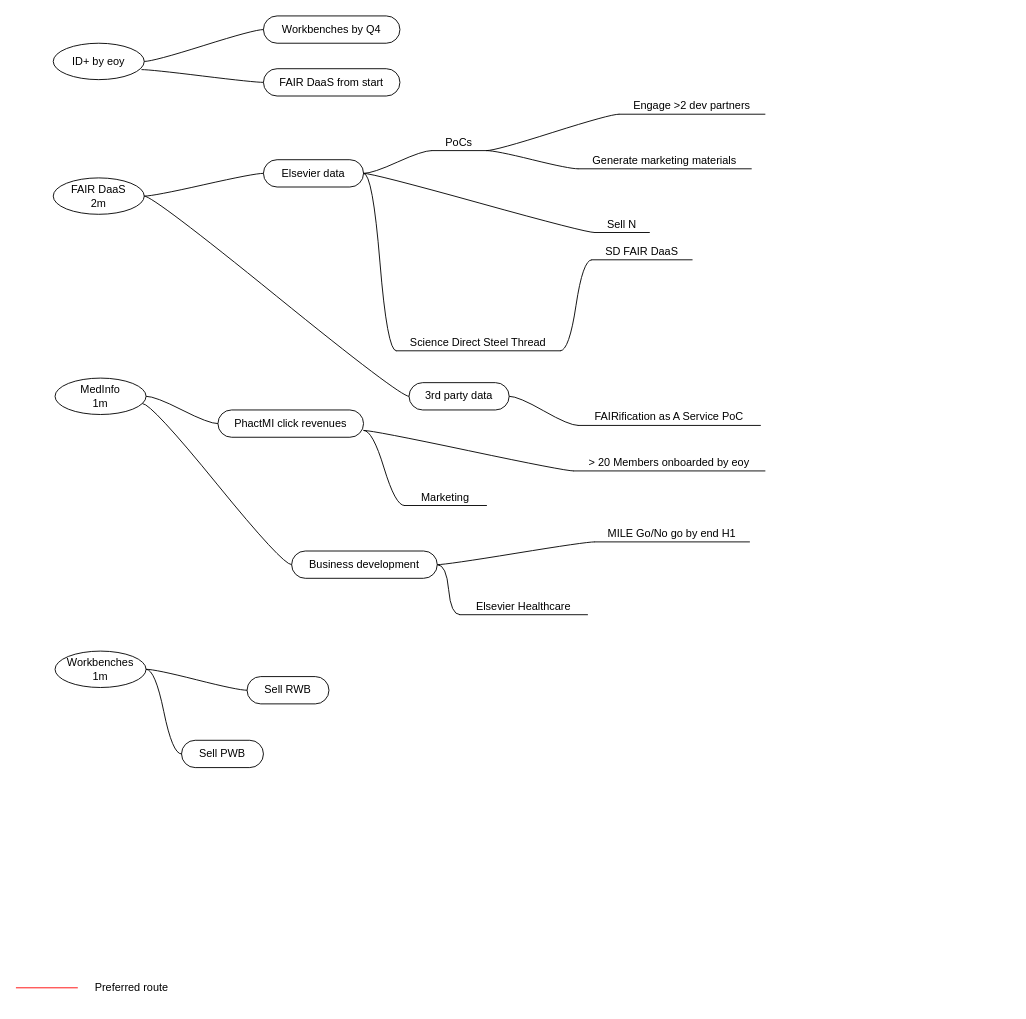
Earlier version of the draw.io diagram OKR.drawio (tim-elsevier/demos). Source tidied: cells renumbered, new cells numbered last; positions are measured from the earlier drawing's top-left corner, leaving out a move shared by most shapes. Both pictures are drawn from the tidied source at 91%, with x=0, y=0 at pixel (15, 15).
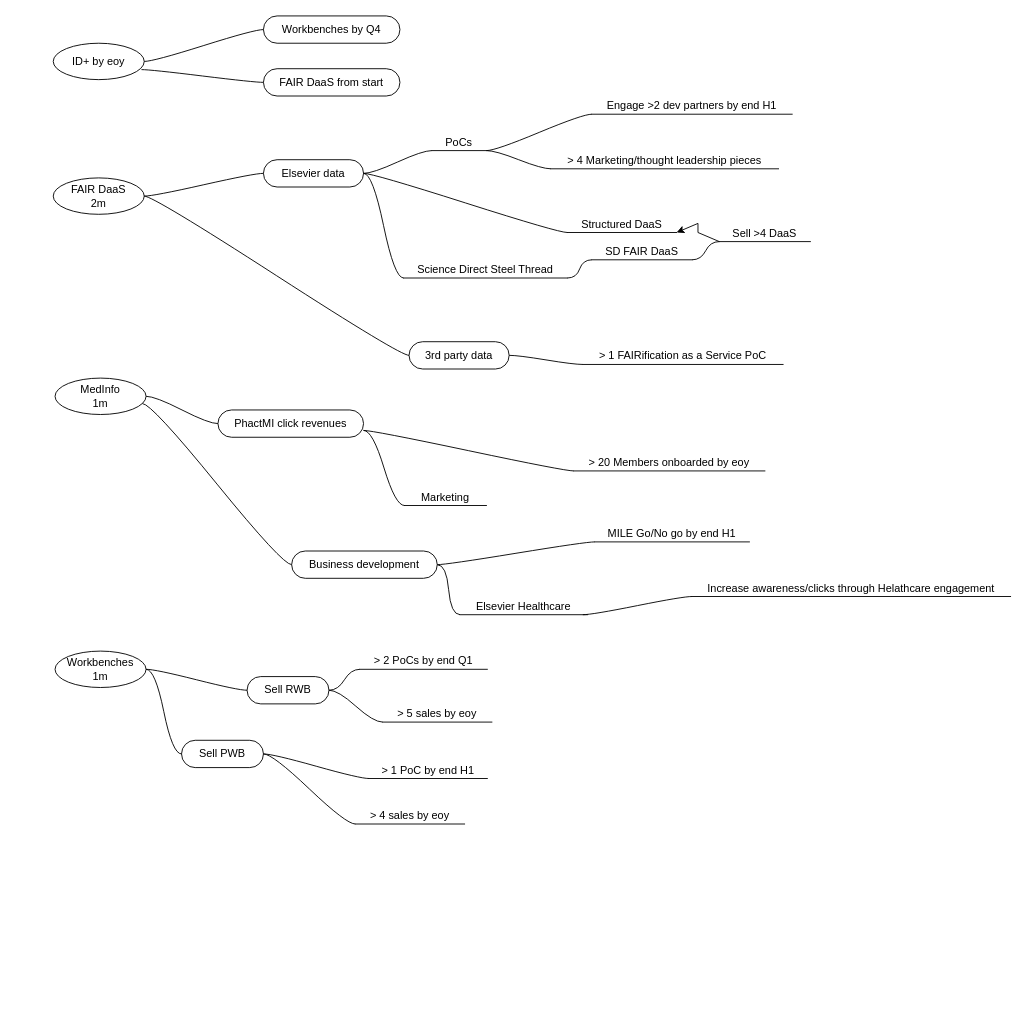
After the change.

Unchanged cells that the change refers to:
```xml
<mxCell id="37" value="Sell RWB" style="whiteSpace=wrap;html=1;rounded=1;arcSize=50;align=center;verticalAlign=middle;strokeWidth=1;spacing=4;newEdgeStyle={&quot;edgeStyle&quot;:&quot;entityRelationEdgeStyle&quot;,&quot;startArrow&quot;:&quot;none&quot;,&quot;endArrow&quot;:&quot;none&quot;,&quot;segment&quot;:10,&quot;curved&quot;:1};" parent="1" vertex="1">
  <mxGeometry x="254" y="726" width="90" height="30" as="geometry" />
</mxCell>
<mxCell id="39" value="Sell PWB" style="whiteSpace=wrap;html=1;rounded=1;arcSize=50;align=center;verticalAlign=middle;strokeWidth=1;spacing=4;newEdgeStyle={&quot;edgeStyle&quot;:&quot;entityRelationEdgeStyle&quot;,&quot;startArrow&quot;:&quot;none&quot;,&quot;endArrow&quot;:&quot;none&quot;,&quot;segment&quot;:10,&quot;curved&quot;:1};" parent="1" vertex="1">
  <mxGeometry x="182" y="796" width="90" height="30" as="geometry" />
</mxCell>
```

Diff of the diagram source:
```diff
@@
-    <mxCell id="2" style="line;strokeWidth=1;html=1;rounded=1;fontSize=12;align=center;verticalAlign=middle;strokeColor=#FF0000;endFill=1;endArrow=classic;endSize=10;startSize=10;" parent="1" vertex="1">
-      <mxGeometry y="1063" width="68" height="10" as="geometry" />
-    </mxCell>
-    <mxCell id="3" value="Preferred route" style="text;html=1;strokeColor=none;fillColor=none;align=left;verticalAlign=middle;whiteSpace=wrap;rounded=0;shadow=1;fontSize=12;" parent="1" vertex="1">
-      <mxGeometry x="85" y="1058" width="143" height="20" as="geometry" />
-    </mxCell>
@@
-    <mxCell id="17" value="Sell N" style="whiteSpace=wrap;html=1;shape=partialRectangle;top=0;left=0;bottom=1;right=0;points=[[0,1],[1,1]];fillColor=none;align=center;verticalAlign=bottom;routingCenterY=0.5;snapToPoint=1;newEdgeStyle={&quot;edgeStyle&quot;:&quot;entityRelationEdgeStyle&quot;,&quot;startArrow&quot;:&quot;none&quot;,&quot;endArrow&quot;:&quot;none&quot;,&quot;segment&quot;:10,&quot;curved&quot;:1};" parent="1" vertex="1">
-      <mxGeometry x="636" y="218" width="60" height="20" as="geometry" />
+    <mxCell id="17" value="Structured DaaS" style="whiteSpace=wrap;html=1;shape=partialRectangle;top=0;left=0;bottom=1;right=0;points=[[0,1],[1,1]];fillColor=none;align=center;verticalAlign=bottom;routingCenterY=0.5;snapToPoint=1;newEdgeStyle={&quot;edgeStyle&quot;:&quot;entityRelationEdgeStyle&quot;,&quot;startArrow&quot;:&quot;none&quot;,&quot;endArrow&quot;:&quot;none&quot;,&quot;segment&quot;:10,&quot;curved&quot;:1};" parent="1" vertex="1">
+      <mxGeometry x="606" y="218" width="120" height="20" as="geometry" />
     </mxCell>
@@
     <mxCell id="19" value="Science Direct Steel Thread" style="whiteSpace=wrap;html=1;shape=partialRectangle;top=0;left=0;bottom=1;right=0;points=[[0,1],[1,1]];fillColor=none;align=center;verticalAlign=bottom;routingCenterY=0.5;snapToPoint=1;newEdgeStyle={&quot;edgeStyle&quot;:&quot;entityRelationEdgeStyle&quot;,&quot;startArrow&quot;:&quot;none&quot;,&quot;endArrow&quot;:&quot;none&quot;,&quot;segment&quot;:10,&quot;curved&quot;:1};" parent="1" vertex="1">
-      <mxGeometry x="418" y="348" width="180" height="20" as="geometry" />
+      <mxGeometry x="426" y="268" width="180" height="20" as="geometry" />
     </mxCell>
@@
     <mxCell id="23" value="3rd party data" style="whiteSpace=wrap;html=1;rounded=1;arcSize=50;align=center;verticalAlign=middle;strokeWidth=1;spacing=4;newEdgeStyle={&quot;edgeStyle&quot;:&quot;entityRelationEdgeStyle&quot;,&quot;startArrow&quot;:&quot;none&quot;,&quot;endArrow&quot;:&quot;none&quot;,&quot;segment&quot;:10,&quot;curved&quot;:1};" parent="1" vertex="1">
-      <mxGeometry x="432" y="403" width="110" height="30" as="geometry" />
+      <mxGeometry x="432" y="358" width="110" height="30" as="geometry" />
     </mxCell>
@@
-    <mxCell id="41" value="Engage &amp;gt;2 dev partners" style="whiteSpace=wrap;html=1;shape=partialRectangle;top=0;left=0;bottom=1;right=0;points=[[0,1],[1,1]];fillColor=none;align=center;verticalAlign=bottom;routingCenterY=0.5;snapToPoint=1;newEdgeStyle={&quot;edgeStyle&quot;:&quot;entityRelationEdgeStyle&quot;,&quot;startArrow&quot;:&quot;none&quot;,&quot;endArrow&quot;:&quot;none&quot;,&quot;segment&quot;:10,&quot;curved&quot;:1};" parent="1" vertex="1">
-      <mxGeometry x="663" y="88" width="160" height="20" as="geometry" />
+    <mxCell id="41" value="Engage &amp;gt;2 dev partners by end H1" style="whiteSpace=wrap;html=1;shape=partialRectangle;top=0;left=0;bottom=1;right=0;points=[[0,1],[1,1]];fillColor=none;align=center;verticalAlign=bottom;routingCenterY=0.5;snapToPoint=1;newEdgeStyle={&quot;edgeStyle&quot;:&quot;entityRelationEdgeStyle&quot;,&quot;startArrow&quot;:&quot;none&quot;,&quot;endArrow&quot;:&quot;none&quot;,&quot;segment&quot;:10,&quot;curved&quot;:1};" parent="1" vertex="1">
+      <mxGeometry x="633" y="88" width="220" height="20" as="geometry" />
     </mxCell>
@@
-    <mxCell id="43" value="Generate marketing materials" style="whiteSpace=wrap;html=1;shape=partialRectangle;top=0;left=0;bottom=1;right=0;points=[[0,1],[1,1]];fillColor=none;align=center;verticalAlign=bottom;routingCenterY=0.5;snapToPoint=1;newEdgeStyle={&quot;edgeStyle&quot;:&quot;entityRelationEdgeStyle&quot;,&quot;startArrow&quot;:&quot;none&quot;,&quot;endArrow&quot;:&quot;none&quot;,&quot;segment&quot;:10,&quot;curved&quot;:1};" parent="1" vertex="1">
-      <mxGeometry x="618" y="148" width="190" height="20" as="geometry" />
+    <mxCell id="43" value="&amp;gt; 4 Marketing/thought leadership pieces" style="whiteSpace=wrap;html=1;shape=partialRectangle;top=0;left=0;bottom=1;right=0;points=[[0,1],[1,1]];fillColor=none;align=center;verticalAlign=bottom;routingCenterY=0.5;snapToPoint=1;newEdgeStyle={&quot;edgeStyle&quot;:&quot;entityRelationEdgeStyle&quot;,&quot;startArrow&quot;:&quot;none&quot;,&quot;endArrow&quot;:&quot;none&quot;,&quot;segment&quot;:10,&quot;curved&quot;:1};" parent="1" vertex="1">
+      <mxGeometry x="588" y="148" width="250" height="20" as="geometry" />
     </mxCell>
@@
-    <mxCell id="45" value="FAIRification as A Service PoC" style="whiteSpace=wrap;html=1;shape=partialRectangle;top=0;left=0;bottom=1;right=0;points=[[0,1],[1,1]];fillColor=none;align=center;verticalAlign=bottom;routingCenterY=0.5;snapToPoint=1;newEdgeStyle={&quot;edgeStyle&quot;:&quot;entityRelationEdgeStyle&quot;,&quot;startArrow&quot;:&quot;none&quot;,&quot;endArrow&quot;:&quot;none&quot;,&quot;segment&quot;:10,&quot;curved&quot;:1};" parent="1" vertex="1">
-      <mxGeometry x="618" y="430" width="200" height="20" as="geometry" />
+    <mxCell id="45" value="&amp;gt; 1 FAIRification as a Service PoC" style="whiteSpace=wrap;html=1;shape=partialRectangle;top=0;left=0;bottom=1;right=0;points=[[0,1],[1,1]];fillColor=none;align=center;verticalAlign=bottom;routingCenterY=0.5;snapToPoint=1;newEdgeStyle={&quot;edgeStyle&quot;:&quot;entityRelationEdgeStyle&quot;,&quot;startArrow&quot;:&quot;none&quot;,&quot;endArrow&quot;:&quot;none&quot;,&quot;segment&quot;:10,&quot;curved&quot;:1};" parent="1" vertex="1">
+      <mxGeometry x="623" y="363" width="220" height="20" as="geometry" />
     </mxCell>
@@
+    <mxCell id="47" style="edgeStyle=orthogonalEdgeStyle;rounded=0;jettySize=auto;html=1;" parent="1" edge="1" source="48" target="17">
+      <mxGeometry relative="1" as="geometry" />
+    </mxCell>
+    <mxCell id="48" value="Sell &amp;gt;4 DaaS" style="whiteSpace=wrap;html=1;shape=partialRectangle;top=0;left=0;bottom=1;right=0;points=[[0,1],[1,1]];fillColor=none;align=center;verticalAlign=bottom;routingCenterY=0.5;snapToPoint=1;newEdgeStyle={&quot;edgeStyle&quot;:&quot;entityRelationEdgeStyle&quot;,&quot;startArrow&quot;:&quot;none&quot;,&quot;endArrow&quot;:&quot;none&quot;,&quot;segment&quot;:10,&quot;curved&quot;:1};" parent="1" vertex="1">
+      <mxGeometry x="773" y="228" width="100" height="20" as="geometry" />
+    </mxCell>
+    <mxCell id="49" style="edgeStyle=entityRelationEdgeStyle;startArrow=none;endArrow=none;segment=10;curved=1;" parent="1" edge="1" target="48">
+      <mxGeometry relative="1" as="geometry">
+        <mxPoint x="743" y="268" as="sourcePoint" />
+      </mxGeometry>
+    </mxCell>
+    <mxCell id="50" value="Increase awareness/clicks through Helathcare engagement" style="whiteSpace=wrap;html=1;shape=partialRectangle;top=0;left=0;bottom=1;right=0;points=[[0,1],[1,1]];fillColor=none;align=center;verticalAlign=bottom;routingCenterY=0.5;snapToPoint=1;newEdgeStyle={&quot;edgeStyle&quot;:&quot;entityRelationEdgeStyle&quot;,&quot;startArrow&quot;:&quot;none&quot;,&quot;endArrow&quot;:&quot;none&quot;,&quot;segment&quot;:10,&quot;curved&quot;:1};" parent="1" vertex="1">
+      <mxGeometry x="743" y="618" width="350" height="20" as="geometry" />
+    </mxCell>
+    <mxCell id="51" style="edgeStyle=entityRelationEdgeStyle;startArrow=none;endArrow=none;segment=10;curved=1;" parent="1" edge="1" target="50">
+      <mxGeometry relative="1" as="geometry">
+        <mxPoint x="623" y="658" as="sourcePoint" />
+      </mxGeometry>
+    </mxCell>
+    <mxCell id="52" value="&amp;gt; 2 PoCs by end Q1" style="whiteSpace=wrap;html=1;shape=partialRectangle;top=0;left=0;bottom=1;right=0;points=[[0,1],[1,1]];fillColor=none;align=center;verticalAlign=bottom;routingCenterY=0.5;snapToPoint=1;newEdgeStyle={&quot;edgeStyle&quot;:&quot;entityRelationEdgeStyle&quot;,&quot;startArrow&quot;:&quot;none&quot;,&quot;endArrow&quot;:&quot;none&quot;,&quot;segment&quot;:10,&quot;curved&quot;:1};" parent="1" vertex="1">
+      <mxGeometry x="378" y="698" width="140" height="20" as="geometry" />
+    </mxCell>
+    <mxCell id="53" style="edgeStyle=entityRelationEdgeStyle;startArrow=none;endArrow=none;segment=10;curved=1;exitX=1;exitY=0.5;exitDx=0;exitDy=0;" parent="1" edge="1" source="37" target="52">
+      <mxGeometry relative="1" as="geometry" />
+    </mxCell>
+    <mxCell id="54" value="&amp;gt; 5 sales by eoy" style="whiteSpace=wrap;html=1;shape=partialRectangle;top=0;left=0;bottom=1;right=0;points=[[0,1],[1,1]];fillColor=none;align=center;verticalAlign=bottom;routingCenterY=0.5;snapToPoint=1;newEdgeStyle={&quot;edgeStyle&quot;:&quot;entityRelationEdgeStyle&quot;,&quot;startArrow&quot;:&quot;none&quot;,&quot;endArrow&quot;:&quot;none&quot;,&quot;segment&quot;:10,&quot;curved&quot;:1};" parent="1" vertex="1">
+      <mxGeometry x="403" y="756" width="120" height="20" as="geometry" />
+    </mxCell>
+    <mxCell id="55" style="edgeStyle=entityRelationEdgeStyle;startArrow=none;endArrow=none;segment=10;curved=1;exitX=1;exitY=0.5;exitDx=0;exitDy=0;" parent="1" edge="1" source="37" target="54">
+      <mxGeometry relative="1" as="geometry" />
+    </mxCell>
+    <mxCell id="56" value="&amp;gt; 1 PoC by end H1" style="whiteSpace=wrap;html=1;shape=partialRectangle;top=0;left=0;bottom=1;right=0;points=[[0,1],[1,1]];fillColor=none;align=center;verticalAlign=bottom;routingCenterY=0.5;snapToPoint=1;newEdgeStyle={&quot;edgeStyle&quot;:&quot;entityRelationEdgeStyle&quot;,&quot;startArrow&quot;:&quot;none&quot;,&quot;endArrow&quot;:&quot;none&quot;,&quot;segment&quot;:10,&quot;curved&quot;:1};" parent="1" vertex="1">
+      <mxGeometry x="388" y="818" width="130" height="20" as="geometry" />
+    </mxCell>
+    <mxCell id="57" style="edgeStyle=entityRelationEdgeStyle;startArrow=none;endArrow=none;segment=10;curved=1;exitX=1;exitY=0.5;exitDx=0;exitDy=0;" parent="1" edge="1" source="39" target="56">
+      <mxGeometry relative="1" as="geometry" />
+    </mxCell>
+    <mxCell id="58" value="&amp;gt; 4 sales by eoy" style="whiteSpace=wrap;html=1;shape=partialRectangle;top=0;left=0;bottom=1;right=0;points=[[0,1],[1,1]];fillColor=none;align=center;verticalAlign=bottom;routingCenterY=0.5;snapToPoint=1;newEdgeStyle={&quot;edgeStyle&quot;:&quot;entityRelationEdgeStyle&quot;,&quot;startArrow&quot;:&quot;none&quot;,&quot;endArrow&quot;:&quot;none&quot;,&quot;segment&quot;:10,&quot;curved&quot;:1};" parent="1" vertex="1">
+      <mxGeometry x="373" y="868" width="120" height="20" as="geometry" />
+    </mxCell>
+    <mxCell id="59" style="edgeStyle=entityRelationEdgeStyle;startArrow=none;endArrow=none;segment=10;curved=1;exitX=1;exitY=0.5;exitDx=0;exitDy=0;" parent="1" edge="1" source="39" target="58">
+      <mxGeometry relative="1" as="geometry" />
+    </mxCell>
```
